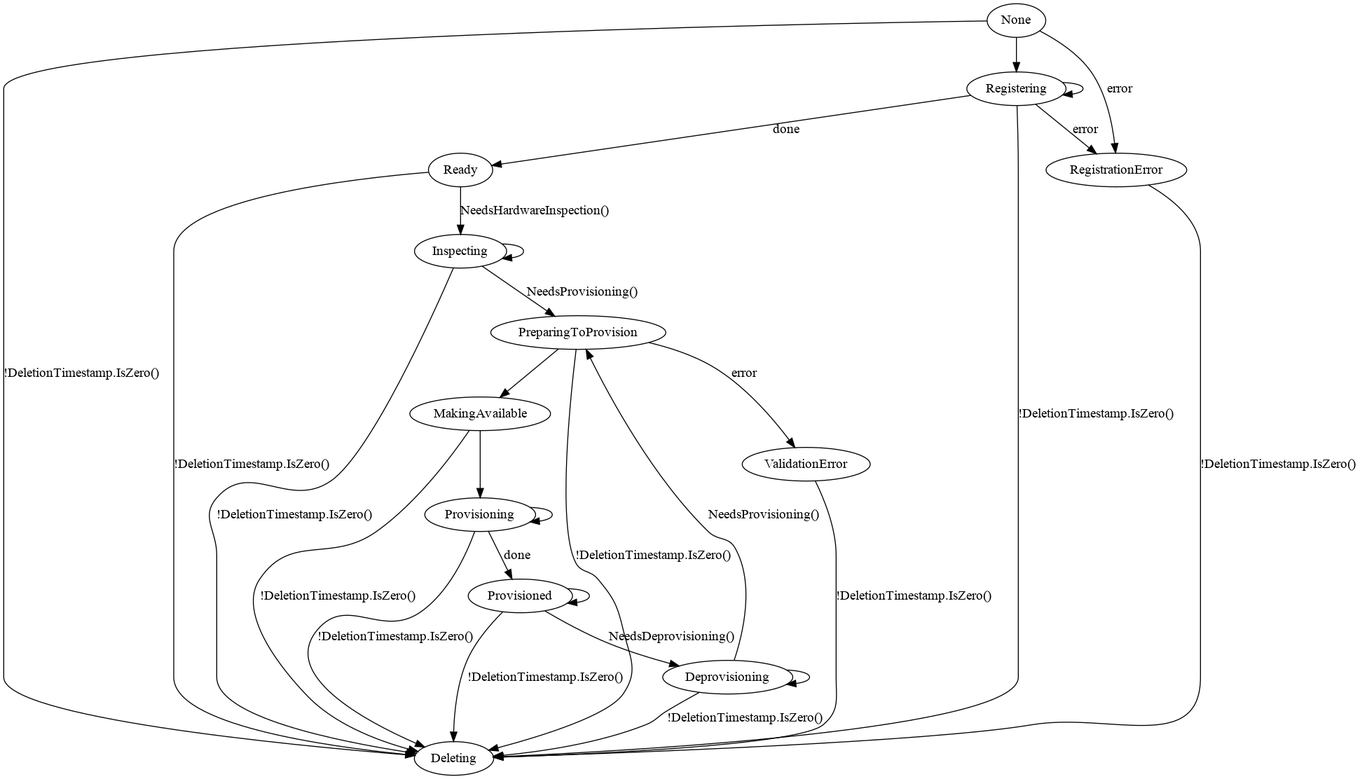
The Graphviz diagram docs/BaremetalHost_ProvisioningState.png in metal3-io/baremetal-operator, before a commit. Its source is kept beside it as docs/BaremetalHost_ProvisioningState.dot.
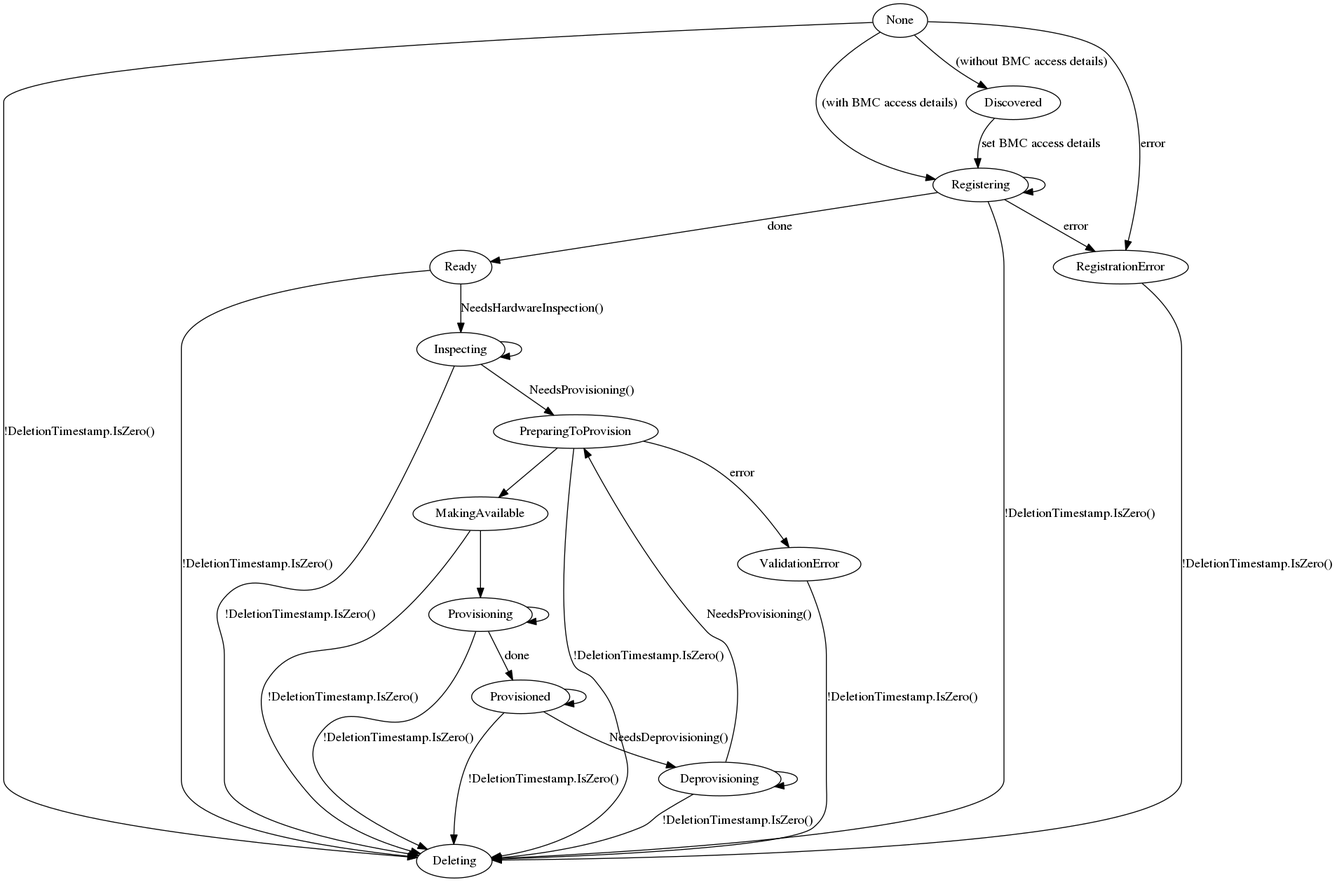
Above is the later version.

Commit message:
add missing "discovered" state

Nodes enter the discovered state when the operator learns about them
but there are no BMC access credentials to complete registration and
inspection.

Change to the diagram source:
```diff
@@ -1,5 +1,7 @@
 digraph BaremetalHost {
-    None -> Registering
+    None -> Discovered [label="(without BMC access details)"]
+    Discovered -> Registering [label="set BMC access details"]
+    None -> Registering [label="(with BMC access details)"]
     None -> RegistrationError [label=error]
     None -> Deleting [label="!DeletionTimestamp.IsZero()"]
     Registering -> Registering
```
